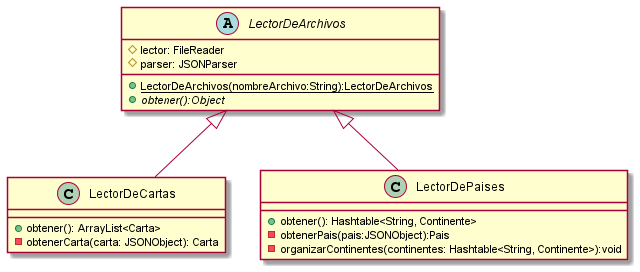
nauee/Algo3-TP2 keeps this PlantUML diagram as docs/diagramasUML/diagramaLector.png. Above is the earlier version. Source of this version:
```plantuml
@startuml

abstract class LectorDeArchivos{
    #lector: FileReader
    #parser: JSONParser

    +{static}LectorDeArchivos(nombreArchivo:String):LectorDeArchivos
    +{abstract}obtener():Object
}

class LectorDeCartas {
    +obtener(): ArrayList<Carta>
    -obtenerCarta(carta: JSONObject): Carta

}

class LectorDePaises {
    + obtener(): Hashtable<String, Continente>
    -obtenerPais(pais:JSONObject):Pais
    -organizarContinentes(continentes: Hashtable<String, Continente>):void
}

LectorDeArchivos ^-- LectorDeCartas
LectorDeArchivos ^-- LectorDePaises


@enduml
```
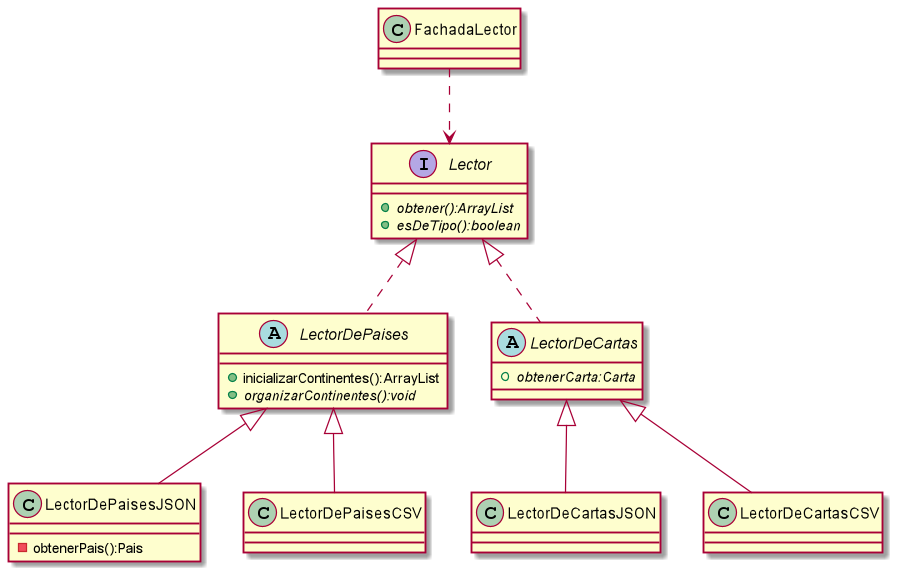
Later version of the same file.

Commit message:
Actualizacion de relaciones de clase lector

The edit, as a diff of the source:
```diff
@@ -1,27 +1,41 @@
 @startuml
 
-abstract class LectorDeArchivos{
-    #lector: FileReader
-    #parser: JSONParser
+class FachadaLector{
 
-    +{static}LectorDeArchivos(nombreArchivo:String):LectorDeArchivos
-    +{abstract}obtener():Object
 }
+interface Lector{
+    +{abstract}obtener():ArrayList
+    +{abstract}esDeTipo():boolean
+}
+class LectorDeCartasJSON {
 
-class LectorDeCartas {
-    +obtener(): ArrayList<Carta>
-    -obtenerCarta(carta: JSONObject): Carta
+}
+class LectorDePaisesJSON {
+    -obtenerPais():Pais
+}
+class LectorDeCartasCSV {
 
 }
 
-class LectorDePaises {
-    + obtener(): Hashtable<String, Continente>
-    -obtenerPais(pais:JSONObject):Pais
-    -organizarContinentes(continentes: Hashtable<String, Continente>):void
+class LectorDePaisesCSV {
+
 }
 
-LectorDeArchivos ^-- LectorDeCartas
-LectorDeArchivos ^-- LectorDePaises
+abstract class LectorDePaises{
+    +inicializarContinentes():ArrayList
+    +{abstract}organizarContinentes():void
+}
 
+abstract class LectorDeCartas{
+    +{abstract}obtenerCarta:Carta
+}
+
+FachadaLector ..> Lector
+Lector <|.. LectorDePaises
+Lector <|.. LectorDeCartas
+LectorDeCartas <|-- LectorDeCartasJSON
+LectorDeCartas <|-- LectorDeCartasCSV
+LectorDePaises <|-- LectorDePaisesJSON
+LectorDePaises <|-- LectorDePaisesCSV
 
 @enduml
```
